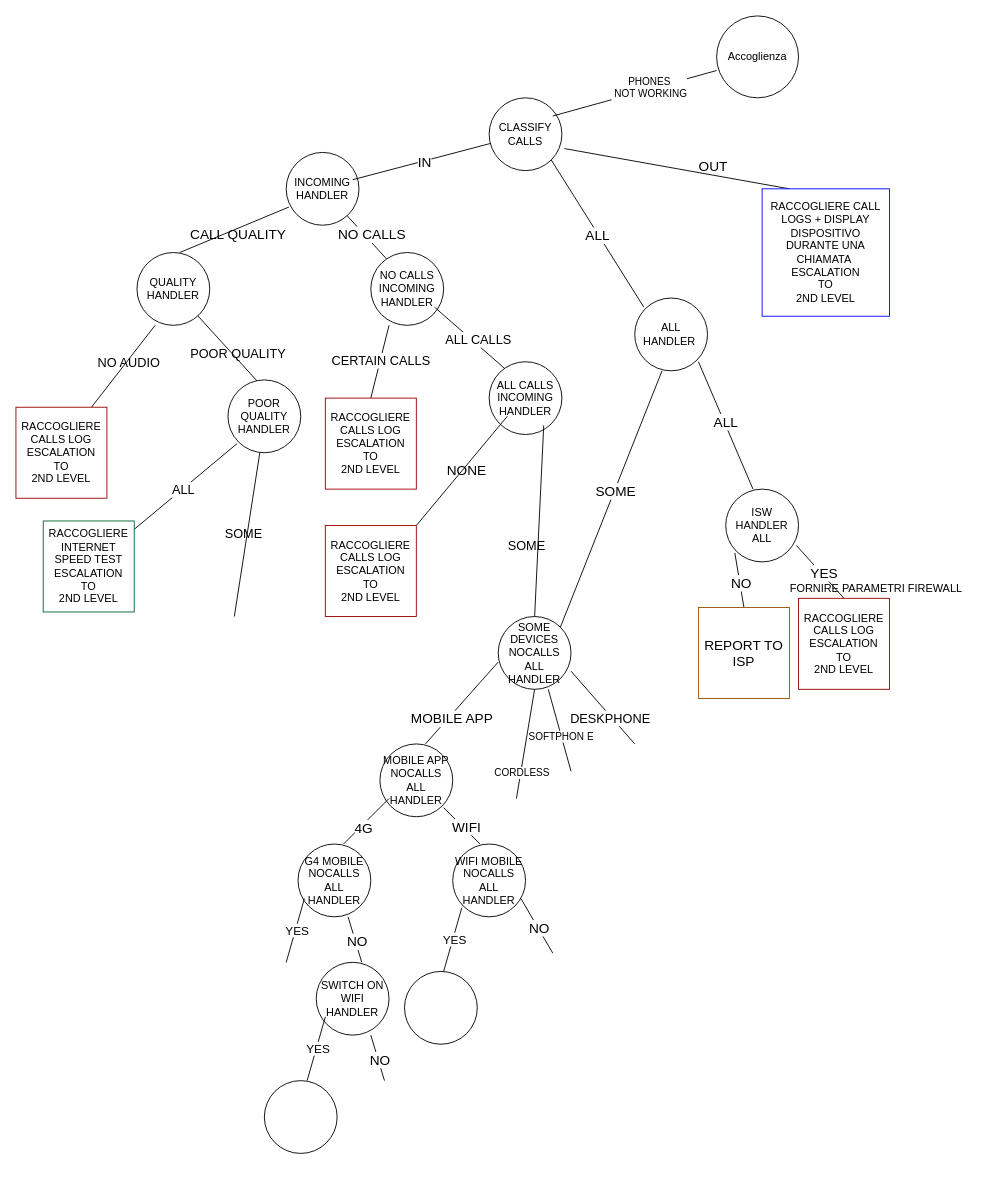
gormitiliberi/serverless-rag-demo keeps this draw.io diagram as Diagramma senza titolo.drawio. Above is the earlier version. Source tidied: cells renumbered, new cells numbered last; positions are measured from the earlier drawing's top-left corner, leaving out a move shared by most shapes. Both pictures are drawn from the tidied source at 91%, with x=0, y=0 at pixel (15, 15).
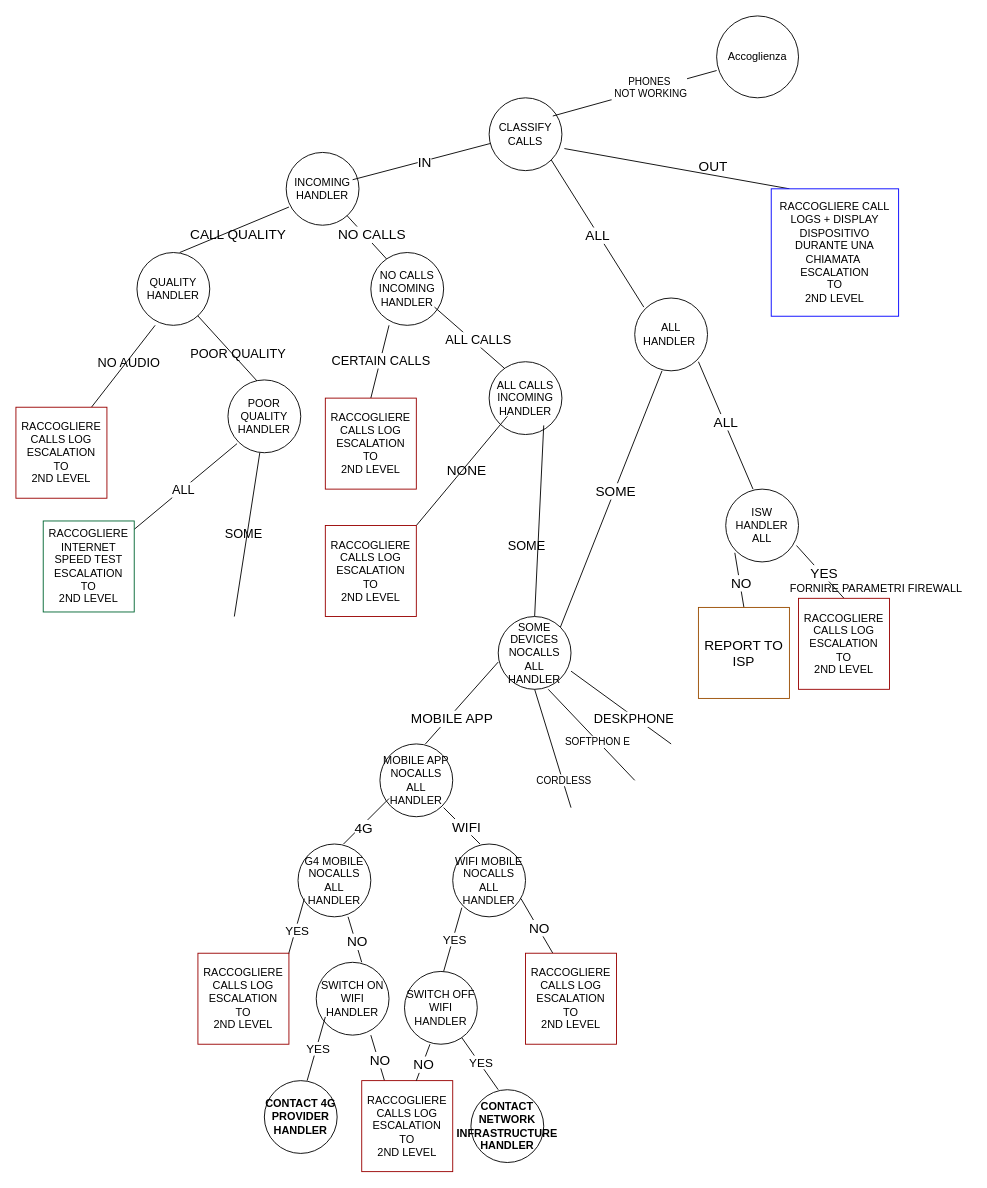
The same page after the edit.

What changed in the source:
```diff
@@
     <mxCell id="43" value="RACCOGLIERE CALL LOGS + DISPLAY DISPOSITIVO DURANTE UNA CHIAMATA&amp;nbsp; &lt;br&gt;ESCALATION &lt;br&gt;TO&lt;br&gt;2ND LEVEL" style="whiteSpace=wrap;html=1;strokeColor=#0000FF;" parent="1" vertex="1">
-      <mxGeometry x="820" y="190" width="140" height="140" as="geometry" />
+      <mxGeometry x="830" y="190" width="140" height="140" as="geometry" />
     </mxCell>
@@
     <mxCell id="59" style="endArrow=none;html=1;rounded=0;" parent="1" edge="1">
       <mxGeometry relative="1" as="geometry">
-        <mxPoint x="550" y="860" as="sourcePoint" />
+        <mxPoint x="610" y="870" as="sourcePoint" />
         <mxPoint x="570" y="740" as="targetPoint" />
       </mxGeometry>
     </mxCell>
@@
     <mxCell id="61" style="endArrow=none;html=1;rounded=0;" parent="1" edge="1">
       <mxGeometry relative="1" as="geometry">
-        <mxPoint x="610" y="830" as="sourcePoint" />
+        <mxPoint x="680" y="840" as="sourcePoint" />
         <mxPoint x="585" y="740" as="targetPoint" />
       </mxGeometry>
     </mxCell>
@@
     <mxCell id="63" style="endArrow=none;html=1;rounded=0;" parent="1" edge="1">
       <mxGeometry relative="1" as="geometry">
-        <mxPoint x="680" y="800" as="sourcePoint" />
+        <mxPoint x="720" y="800" as="sourcePoint" />
         <mxPoint x="610" y="720" as="targetPoint" />
       </mxGeometry>
     </mxCell>
@@
-    <mxCell id="76" style="ellipse;whiteSpace=wrap;html=1;" parent="1" vertex="1">
+    <mxCell id="76" value="SWITCH OFF WIFI HANDLER" style="ellipse;whiteSpace=wrap;html=1;" parent="1" vertex="1">
       <mxGeometry x="427" y="1050" width="80" height="80" as="geometry" />
     </mxCell>
@@
-    <mxCell id="86" style="ellipse;whiteSpace=wrap;html=1;fontStyle=1;" parent="1" vertex="1">
+    <mxCell id="86" value="CONTACT 4G PROVIDER HANDLER" style="ellipse;whiteSpace=wrap;html=1;fontStyle=1;" parent="1" vertex="1">
       <mxGeometry x="273" y="1170" width="80" height="80" as="geometry" />
     </mxCell>
+    <mxCell id="87" value="RACCOGLIERE CALLS LOG&lt;br&gt;ESCALATION &lt;br&gt;TO&lt;br&gt;2ND LEVEL" style="whiteSpace=wrap;html=1;strokeColor=#990000;" parent="1" vertex="1">
+      <mxGeometry x="200" y="1030" width="100" height="100" as="geometry" />
+    </mxCell>
+    <mxCell id="88" value="RACCOGLIERE CALLS LOG&lt;br&gt;ESCALATION &lt;br&gt;TO&lt;br&gt;2ND LEVEL" style="whiteSpace=wrap;html=1;strokeColor=#990000;" parent="1" vertex="1">
+      <mxGeometry x="380" y="1170" width="100" height="100" as="geometry" />
+    </mxCell>
+    <mxCell id="89" value="RACCOGLIERE CALLS LOG&lt;br&gt;ESCALATION &lt;br&gt;TO&lt;br&gt;2ND LEVEL" style="whiteSpace=wrap;html=1;strokeColor=#990000;" parent="1" vertex="1">
+      <mxGeometry x="560" y="1030" width="100" height="100" as="geometry" />
+    </mxCell>
+    <mxCell id="90" style="endArrow=none;html=1;rounded=0;exitX=0.6;exitY=0;exitDx=0;exitDy=0;exitPerimeter=0;" parent="1" edge="1" source="88">
+      <mxGeometry relative="1" as="geometry">
+        <mxPoint x="455" y="1130" as="targetPoint" />
+      </mxGeometry>
+    </mxCell>
+    <mxCell id="91" value="&lt;font style=&quot;font-size: 15px;&quot;&gt;NO&lt;/font&gt;" style="edgeLabel;html=1;align=center;verticalAlign=middle;" parent="90" vertex="1">
+      <mxGeometry x="-0.07" y="-1" relative="1" as="geometry" />
+    </mxCell>
+    <mxCell id="92" style="endArrow=none;html=1;rounded=0;" parent="1" edge="1" target="76">
+      <mxGeometry relative="1" as="geometry">
+        <mxPoint x="530" y="1180" as="sourcePoint" />
+      </mxGeometry>
+    </mxCell>
+    <mxCell id="93" value="&lt;font style=&quot;font-size: 13px;&quot;&gt;YES&lt;/font&gt;" style="edgeLabel;html=1;align=center;verticalAlign=middle;" parent="92" vertex="1">
+      <mxGeometry x="0.03" y="-1" relative="1" as="geometry" />
+    </mxCell>
+    <mxCell id="94" value="CONTACT NETWORK INFRASTRUCTURE HANDLER" style="ellipse;whiteSpace=wrap;html=1;fontStyle=1;" parent="1" vertex="1">
+      <mxGeometry x="500" y="1180" width="80" height="80" as="geometry" />
+    </mxCell>
```
